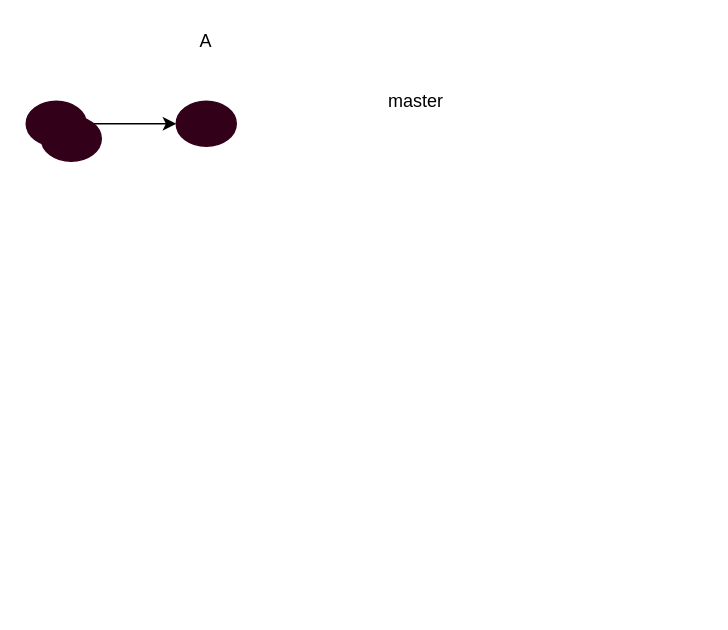
Earlier version of the draw.io diagram rebase of git.drawio (Chenguoqing2008/drawio). Source tidied: cells renumbered, new cells numbered last; positions are measured from the earlier drawing's top-left corner, leaving out a move shared by most shapes. Both pictures are drawn from the tidied source at 150%, with x=0, y=0 at pixel (26, 26).
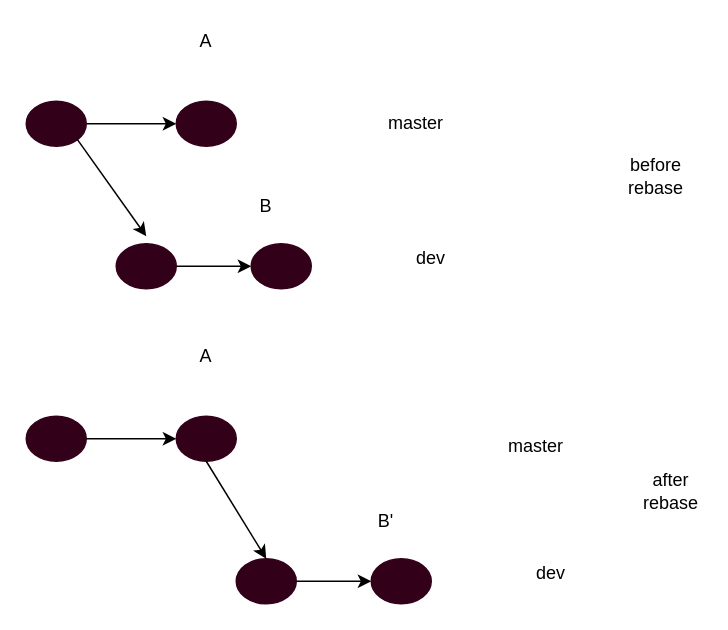
Above is the later version.

The change refers to these unchanged cells:
```xml
<mxCell id="3" style="ellipse;whiteSpace=wrap;html=1;strokeColor=#33001A;fillColor=#33001A;" parent="1" vertex="1">
  <mxGeometry y="50" width="40" height="30" as="geometry" />
</mxCell>
<mxCell id="5" style="ellipse;whiteSpace=wrap;html=1;strokeColor=#33001A;fillColor=#33001A;" parent="1" vertex="1">
  <mxGeometry x="100" y="50" width="40" height="30" as="geometry" />
</mxCell>
```

The edit, as a diff of the source:
```diff
@@
-    <mxCell id="2" style="edgeStyle=orthogonalEdgeStyle;rounded=0;jettySize=auto;html=1;exitX=1;exitY=0.5;exitDx=0;exitDy=0;entryX=0;entryY=0.5;entryDx=0;entryDy=0;" parent="1" edge="1" source="3" target="5">
+    <mxCell id="2" style="edgeStyle=orthogonalEdgeStyle;rounded=1;jettySize=auto;html=1;exitX=1;exitY=0.5;exitDx=0;exitDy=0;entryX=0;entryY=0.5;entryDx=0;entryDy=0;" parent="1" edge="1" source="3" target="5">
       <mxGeometry relative="1" as="geometry" />
     </mxCell>
@@
     <mxCell id="4" value="master" style="text;html=1;strokeColor=none;fillColor=none;align=center;verticalAlign=middle;whiteSpace=wrap;rounded=0;" parent="1" vertex="1">
-      <mxGeometry x="240" y="40" width="40" height="20" as="geometry" />
+      <mxGeometry x="240" y="55" width="40" height="20" as="geometry" />
     </mxCell>
@@
+    <mxCell id="8" style="edgeStyle=orthogonalEdgeStyle;rounded=0;jettySize=auto;html=1;exitX=1;exitY=0.5;exitDx=0;exitDy=0;" parent="1" edge="1" source="7" target="10">
+      <mxGeometry relative="1" as="geometry" />
+    </mxCell>
     <mxCell id="7" style="ellipse;whiteSpace=wrap;html=1;strokeColor=#33001A;fillColor=#33001A;" parent="1" vertex="1">
-      <mxGeometry x="10" y="60" width="40" height="30" as="geometry" />
+      <mxGeometry x="60" y="145" width="40" height="30" as="geometry" />
     </mxCell>
+    <mxCell id="9" value="dev" style="text;html=1;strokeColor=none;fillColor=none;align=center;verticalAlign=middle;whiteSpace=wrap;rounded=0;" parent="1" vertex="1">
+      <mxGeometry x="250" y="145" width="40" height="20" as="geometry" />
+    </mxCell>
+    <mxCell id="10" style="ellipse;whiteSpace=wrap;html=1;strokeColor=#33001A;fillColor=#33001A;" parent="1" vertex="1">
+      <mxGeometry x="150" y="145" width="40" height="30" as="geometry" />
+    </mxCell>
+    <mxCell id="11" value="B" style="text;html=1;strokeColor=none;fillColor=none;align=center;verticalAlign=middle;whiteSpace=wrap;rounded=0;" parent="1" vertex="1">
+      <mxGeometry x="140" y="110" width="40" height="20" as="geometry" />
+    </mxCell>
+    <mxCell id="12" style="curved=1;endArrow=classic;html=1;exitX=1;exitY=1;exitDx=0;exitDy=0;" parent="1" edge="1" source="3">
+      <mxGeometry relative="1" as="geometry">
+        <mxPoint x="80" y="140" as="targetPoint" />
+      </mxGeometry>
+    </mxCell>
+    <mxCell id="13" value="before rebase&lt;br&gt;" style="text;html=1;strokeColor=none;fillColor=none;align=center;verticalAlign=middle;whiteSpace=wrap;rounded=0;" parent="1" vertex="1">
+      <mxGeometry x="400" y="90" width="40" height="20" as="geometry" />
+    </mxCell>
+    <mxCell id="14" style="edgeStyle=orthogonalEdgeStyle;rounded=0;jettySize=auto;html=1;exitX=1;exitY=0.5;exitDx=0;exitDy=0;entryX=0;entryY=0.5;entryDx=0;entryDy=0;" parent="1" edge="1" source="15" target="17">
+      <mxGeometry relative="1" as="geometry" />
+    </mxCell>
+    <mxCell id="15" style="ellipse;whiteSpace=wrap;html=1;strokeColor=#33001A;fillColor=#33001A;" parent="1" vertex="1">
+      <mxGeometry y="260" width="40" height="30" as="geometry" />
+    </mxCell>
+    <mxCell id="16" value="master" style="text;html=1;strokeColor=none;fillColor=none;align=center;verticalAlign=middle;whiteSpace=wrap;rounded=0;" parent="1" vertex="1">
+      <mxGeometry x="320" y="270" width="40" height="20" as="geometry" />
+    </mxCell>
+    <mxCell id="17" style="ellipse;whiteSpace=wrap;html=1;strokeColor=#33001A;fillColor=#33001A;" parent="1" vertex="1">
+      <mxGeometry x="100" y="260" width="40" height="30" as="geometry" />
+    </mxCell>
+    <mxCell id="18" value="A" style="text;html=1;strokeColor=none;fillColor=none;align=center;verticalAlign=middle;whiteSpace=wrap;rounded=0;" parent="1" vertex="1">
+      <mxGeometry x="100" y="210" width="40" height="20" as="geometry" />
+    </mxCell>
+    <mxCell id="19" style="edgeStyle=orthogonalEdgeStyle;rounded=0;jettySize=auto;html=1;exitX=1;exitY=0.5;exitDx=0;exitDy=0;" parent="1" edge="1" source="20" target="22">
+      <mxGeometry relative="1" as="geometry" />
+    </mxCell>
+    <mxCell id="20" style="ellipse;whiteSpace=wrap;html=1;strokeColor=#33001A;fillColor=#33001A;" parent="1" vertex="1">
+      <mxGeometry x="140" y="355" width="40" height="30" as="geometry" />
+    </mxCell>
+    <mxCell id="21" value="dev" style="text;html=1;strokeColor=none;fillColor=none;align=center;verticalAlign=middle;whiteSpace=wrap;rounded=0;" parent="1" vertex="1">
+      <mxGeometry x="330" y="355" width="40" height="20" as="geometry" />
+    </mxCell>
+    <mxCell id="22" style="ellipse;whiteSpace=wrap;html=1;strokeColor=#33001A;fillColor=#33001A;" parent="1" vertex="1">
+      <mxGeometry x="230" y="355" width="40" height="30" as="geometry" />
+    </mxCell>
+    <mxCell id="23" value="B'" style="text;html=1;strokeColor=none;fillColor=none;align=center;verticalAlign=middle;whiteSpace=wrap;rounded=0;" parent="1" vertex="1">
+      <mxGeometry x="220" y="320" width="40" height="20" as="geometry" />
+    </mxCell>
+    <mxCell id="24" value="after rebase" style="text;html=1;strokeColor=none;fillColor=none;align=center;verticalAlign=middle;whiteSpace=wrap;rounded=0;" parent="1" vertex="1">
+      <mxGeometry x="410" y="300" width="40" height="20" as="geometry" />
+    </mxCell>
+    <mxCell id="25" style="curved=1;endArrow=classic;html=1;exitX=0.5;exitY=1;exitDx=0;exitDy=0;entryX=0.5;entryY=0;entryDx=0;entryDy=0;" parent="1" edge="1" source="17" target="20">
+      <mxGeometry relative="1" as="geometry" />
+    </mxCell>
```
